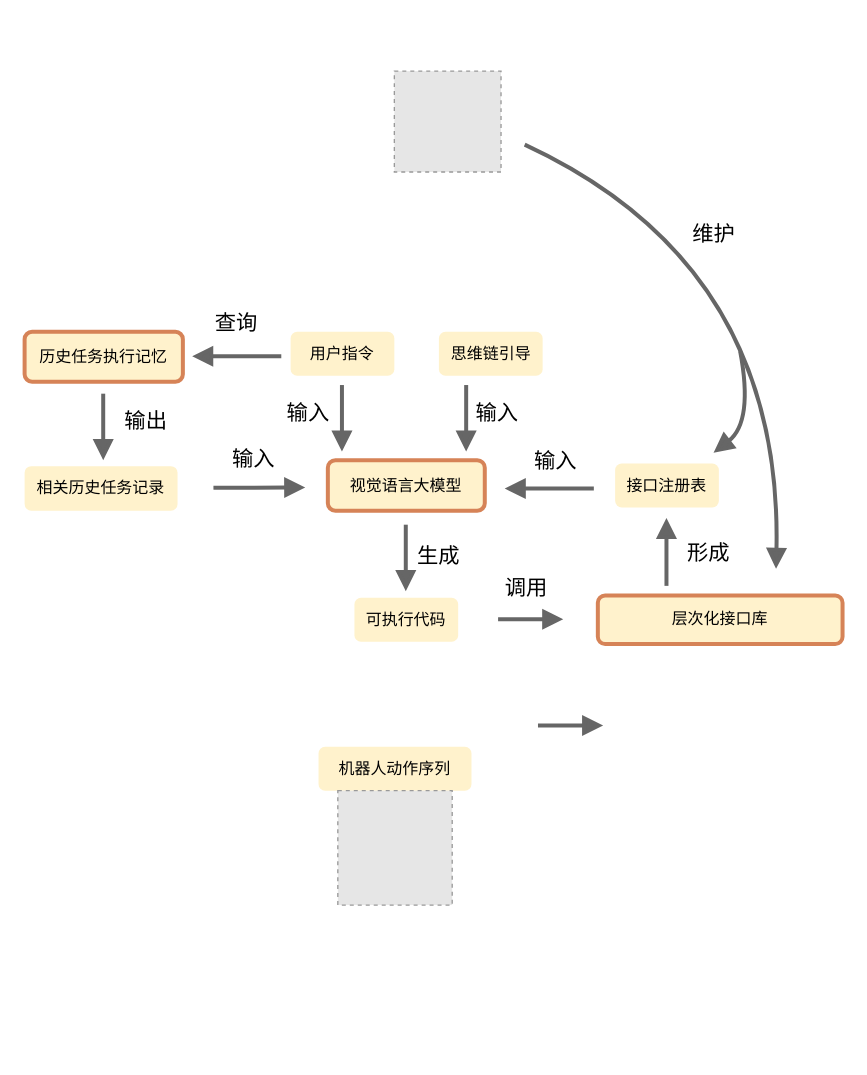
Before: bs.drawio in AnonAnonAnonAnonAnon/Figure_live, a draw.io diagram. Source tidied: cells renumbered, new cells numbered last; positions are measured from the earlier drawing's top-left corner, leaving out a move shared by most shapes. Both pictures are drawn from the tidied source at 133%, with x=0, y=0 at pixel (24, 70). Pictures stored in the file or linked from it are replaced by grey dashed boxes.
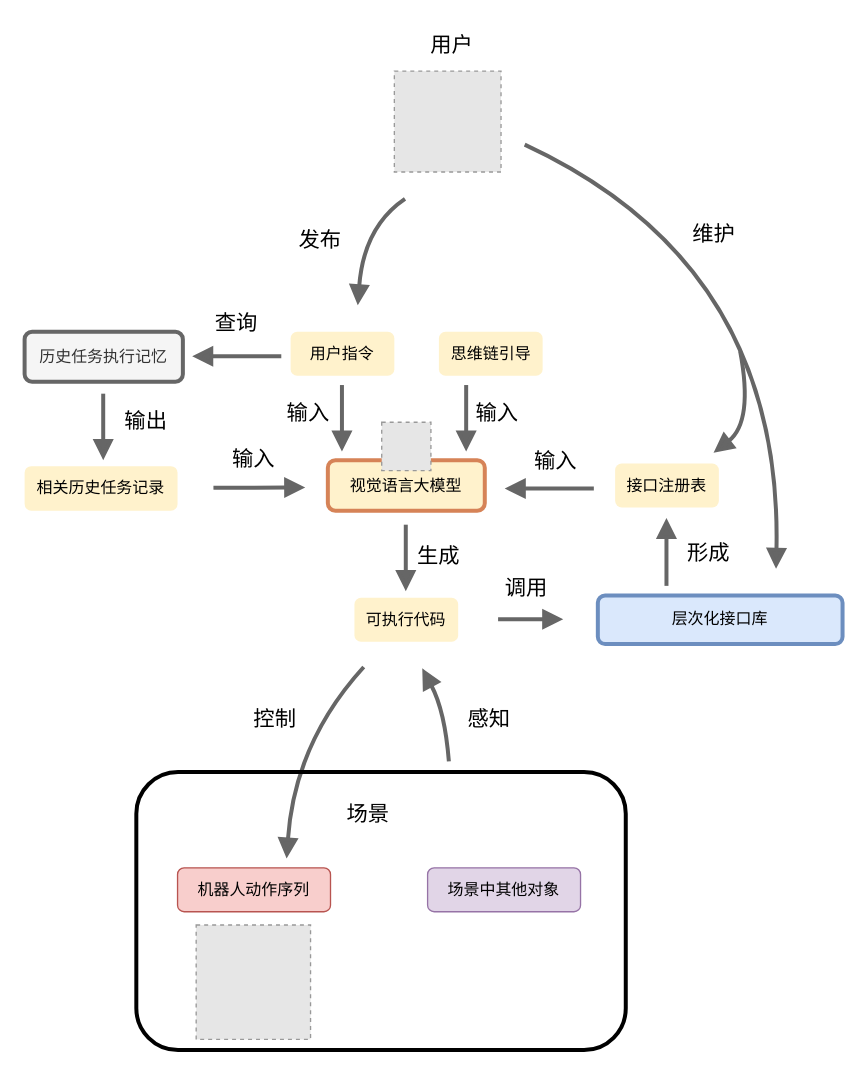
The same diagram, later.

Change to the diagram source:
```diff
@@
-    <mxCell id="7" value="层次化接口库" style="rounded=1;whiteSpace=wrap;html=1;strokeWidth=3;fillColor=#fff2cc;strokeColor=light-dark(#d68357, #6d5100);" parent="1" vertex="1">
+    <mxCell id="7" value="层次化接口库" style="rounded=1;whiteSpace=wrap;html=1;strokeWidth=3;fillColor=#dae8fc;strokeColor=#6c8ebf;" parent="1" vertex="1">
       <mxGeometry x="431" y="394.2" width="184" height="36.5" as="geometry" />
     </mxCell>
-    <mxCell id="8" value="历史任务执行记忆" style="rounded=1;whiteSpace=wrap;html=1;strokeWidth=3;fillColor=#fff2cc;strokeColor=light-dark(#d68357, #6d5100);" parent="1" vertex="1">
+    <mxCell id="8" value="历史任务执行记忆" style="rounded=1;whiteSpace=wrap;html=1;strokeWidth=3;fillColor=#f5f5f5;strokeColor=#666666;fontColor=#333333;" parent="1" vertex="1">
       <mxGeometry y="196" width="119" height="37.5" as="geometry" />
     </mxCell>
-    <mxCell id="9" value="机器人动作序列" style="rounded=1;whiteSpace=wrap;html=1;strokeColor=none;fillColor=#fff2cc;" parent="1" vertex="1">
-      <mxGeometry x="221" y="508" width="115" height="33" as="geometry" />
+    <mxCell id="9" value="机器人动作序列" style="rounded=1;whiteSpace=wrap;html=1;strokeColor=#b85450;fillColor=#f8cecc;" parent="1" vertex="1">
+      <mxGeometry x="115" y="599" width="115" height="33" as="geometry" />
     </mxCell>
@@
     <mxCell id="11" style="fillColor=#E6E6E6;strokeColor=#999999;dashed=1;verticalLabelPosition=bottom;labelBackgroundColor=default;verticalAlign=top;" parent="1" vertex="1">
-      <mxGeometry x="235.5" y="541" width="86" height="86" as="geometry" />
+      <mxGeometry x="129" y="642" width="86" height="86" as="geometry" />
     </mxCell>
@@
     <mxCell id="31" style="endArrow=block;html=1;rounded=0;fontSize=12;startSize=8;endSize=8;curved=1;strokeWidth=3;endFill=1;strokeColor=#666666;" parent="1" edge="1">
       <mxGeometry relative="1" as="geometry">
-        <mxPoint x="386" y="492" as="sourcePoint" />
-        <mxPoint x="435" y="492" as="targetPoint" />
+        <mxPoint x="255" y="448" as="sourcePoint" />
+        <mxPoint x="197" y="592" as="targetPoint" />
+        <Array as="points">
+          <mxPoint x="203" y="505" />
+        </Array>
       </mxGeometry>
     </mxCell>
@@
+    <mxCell id="35" style="endArrow=block;html=1;rounded=0;fontSize=12;startSize=8;endSize=8;curved=1;strokeWidth=3;endFill=1;strokeColor=#666666;" parent="1" edge="1">
+      <mxGeometry relative="1" as="geometry">
+        <mxPoint x="286" y="96" as="sourcePoint" />
+        <mxPoint x="250.5" y="176" as="targetPoint" />
+        <Array as="points">
+          <mxPoint x="255" y="117" />
+        </Array>
+      </mxGeometry>
+    </mxCell>
+    <mxCell id="36" value="发布" style="text;html=1;align=center;verticalAlign=middle;strokeColor=none;fillColor=none;fontSize=16;" parent="1" vertex="1">
+      <mxGeometry x="197" y="111" width="50" height="31" as="geometry" />
+    </mxCell>
+    <mxCell id="37" style="rounded=1;whiteSpace=wrap;html=1;strokeWidth=3;fillColor=none;" parent="1" vertex="1">
+      <mxGeometry x="84" y="527" width="368" height="209" as="geometry" />
+    </mxCell>
+    <mxCell id="38" value="场景" style="text;html=1;align=center;verticalAlign=middle;strokeColor=none;fillColor=none;fontSize=16;" parent="1" vertex="1">
+      <mxGeometry x="233" y="542" width="50" height="31" as="geometry" />
+    </mxCell>
+    <mxCell id="39" value="场景中其他对象" style="rounded=1;whiteSpace=wrap;html=1;strokeColor=#9673a6;fillColor=#e1d5e7;" parent="1" vertex="1">
+      <mxGeometry x="303" y="599" width="115" height="33" as="geometry" />
+    </mxCell>
+    <mxCell id="40" value="控制" style="text;html=1;align=center;verticalAlign=middle;strokeColor=none;fillColor=none;fontSize=16;" parent="1" vertex="1">
+      <mxGeometry x="163" y="471" width="50" height="31" as="geometry" />
+    </mxCell>
+    <mxCell id="41" style="endArrow=block;html=1;rounded=0;fontSize=12;startSize=8;endSize=8;curved=1;strokeWidth=3;endFill=1;strokeColor=#666666;" parent="1" edge="1">
+      <mxGeometry relative="1" as="geometry">
+        <mxPoint x="319" y="519" as="sourcePoint" />
+        <mxPoint x="299" y="449" as="targetPoint" />
+        <Array as="points">
+          <mxPoint x="316" y="481" />
+        </Array>
+      </mxGeometry>
+    </mxCell>
+    <mxCell id="42" value="感知" style="text;html=1;align=center;verticalAlign=middle;strokeColor=none;fillColor=none;fontSize=16;" parent="1" vertex="1">
+      <mxGeometry x="324" y="471" width="50" height="31" as="geometry" />
+    </mxCell>
+    <mxCell id="43" value="用户" style="text;html=1;align=center;verticalAlign=middle;strokeColor=none;fillColor=none;fontSize=16;" parent="1" vertex="1">
+      <mxGeometry x="296" y="-36" width="50" height="31" as="geometry" />
+    </mxCell>
+    <mxCell id="44" style="fillColor=#E6E6E6;strokeColor=#999999;dashed=1;verticalLabelPosition=bottom;labelBackgroundColor=default;verticalAlign=top;" parent="1" vertex="1">
+      <mxGeometry x="268.5" y="264" width="37" height="36.3" as="geometry" />
+    </mxCell>
```
